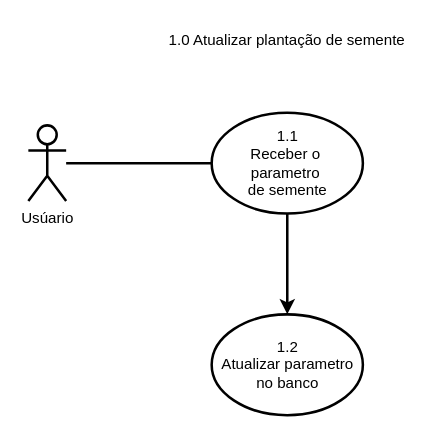
ZardsMK/Trabahlo-DrawIO keeps this draw.io diagram as page "1.0" (1 of 6) of Tarefa1.drawio. Above is the earlier version. Source tidied: cells renumbered, new cells numbered last; positions are measured from the earlier drawing's top-left corner, leaving out a move shared by most shapes. Both pictures are drawn from the tidied source at 126%, with x=0, y=0 at pixel (28, 21).
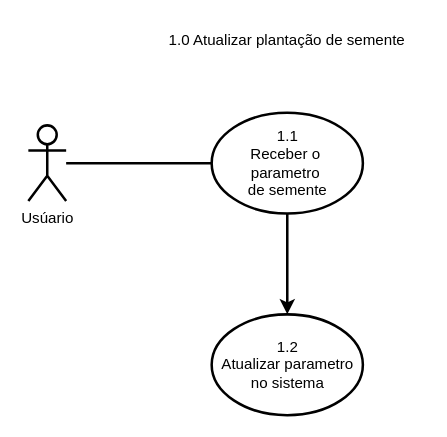
The same page after the edit.

Diff of the diagram source:
```diff
@@
 <mxGraphModel background="#FFFFFF">
   <root>
     <mxCell id="0" />
     <mxCell id="1" parent="0" />
     <mxCell id="2" value="1.0 Atualizar plantação de semente" style="text;html=1;align=center;verticalAlign=middle;whiteSpace=wrap;rounded=0;strokeWidth=2;" parent="1" vertex="1">
       <mxGeometry x="96" width="219" height="30" as="geometry" />
     </mxCell>
     <mxCell id="3" style="edgeStyle=orthogonalEdgeStyle;rounded=0;jettySize=auto;html=1;strokeWidth=2;" parent="1" edge="1" source="4" target="7">
       <mxGeometry relative="1" as="geometry" />
     </mxCell>
     <mxCell id="4" value="1.1&lt;div&gt;&lt;div&gt;Receber o&amp;nbsp;&lt;/div&gt;&lt;/div&gt;&lt;div&gt;parametro&amp;nbsp;&lt;/div&gt;&lt;div&gt;de semente&lt;/div&gt;" style="ellipse;whiteSpace=wrap;html=1;strokeWidth=2;" parent="1" vertex="1">
       <mxGeometry x="145.5" y="72" width="120" height="80" as="geometry" />
     </mxCell>
     <mxCell id="5" style="edgeStyle=orthogonalEdgeStyle;rounded=0;jettySize=auto;html=1;entryX=0;entryY=0.5;entryDx=0;entryDy=0;endArrow=none;startFill=0;strokeWidth=2;" parent="1" edge="1" source="6" target="4">
       <mxGeometry relative="1" as="geometry" />
     </mxCell>
     <mxCell id="6" value="Usúario" style="shape=umlActor;verticalLabelPosition=bottom;verticalAlign=top;html=1;outlineConnect=0;strokeWidth=2;" parent="1" vertex="1">
       <mxGeometry y="82" width="30" height="60" as="geometry" />
     </mxCell>
-    <mxCell id="7" value="1.2&lt;div&gt;Atualizar parametro no banco&lt;/div&gt;" style="ellipse;whiteSpace=wrap;html=1;strokeWidth=2;" parent="1" vertex="1">
+    <mxCell id="7" value="1.2&lt;div&gt;Atualizar parametro no sistema&lt;/div&gt;" style="ellipse;whiteSpace=wrap;html=1;strokeWidth=2;" parent="1" vertex="1">
       <mxGeometry x="145.5" y="232" width="120" height="80" as="geometry" />
     </mxCell>
   </root>
 </mxGraphModel>
```
